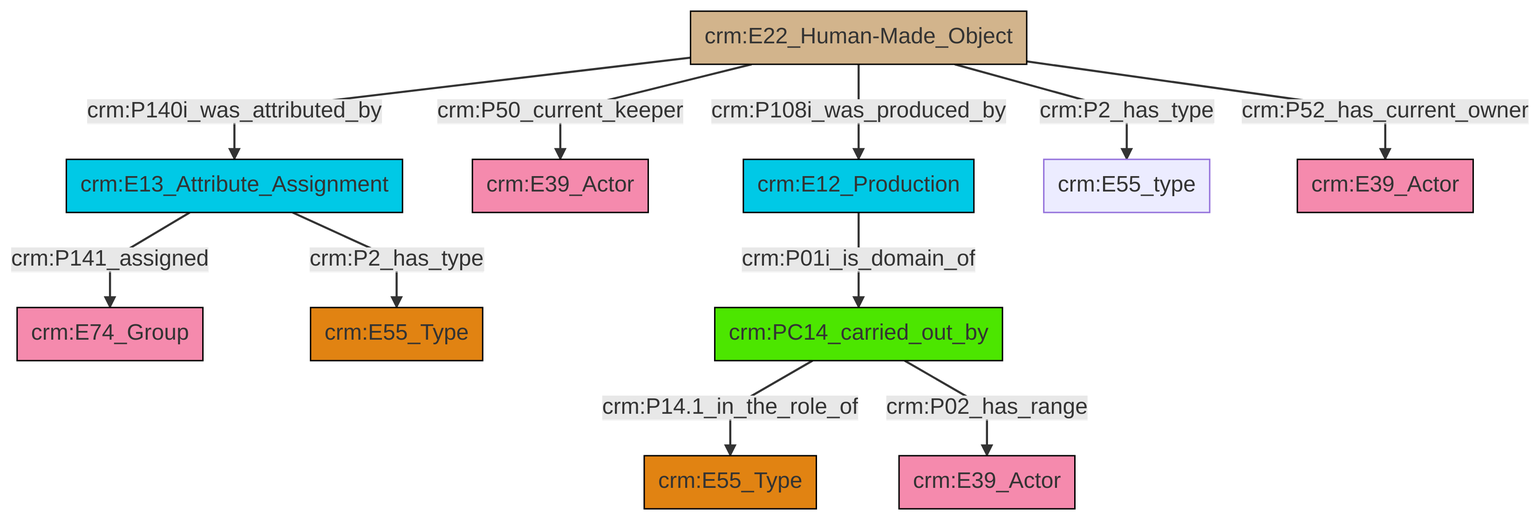
The Mermaid diagram et/artworkCSV/ttl/mmd/png/Artwork_Actor_Relations.png in swiss-art-research-net/docs.swissartresearch, before a commit. Its source is kept beside it as et/artworkCSV/ttl/mmd/Artwork_Actor_Relations.ttl.mmd.
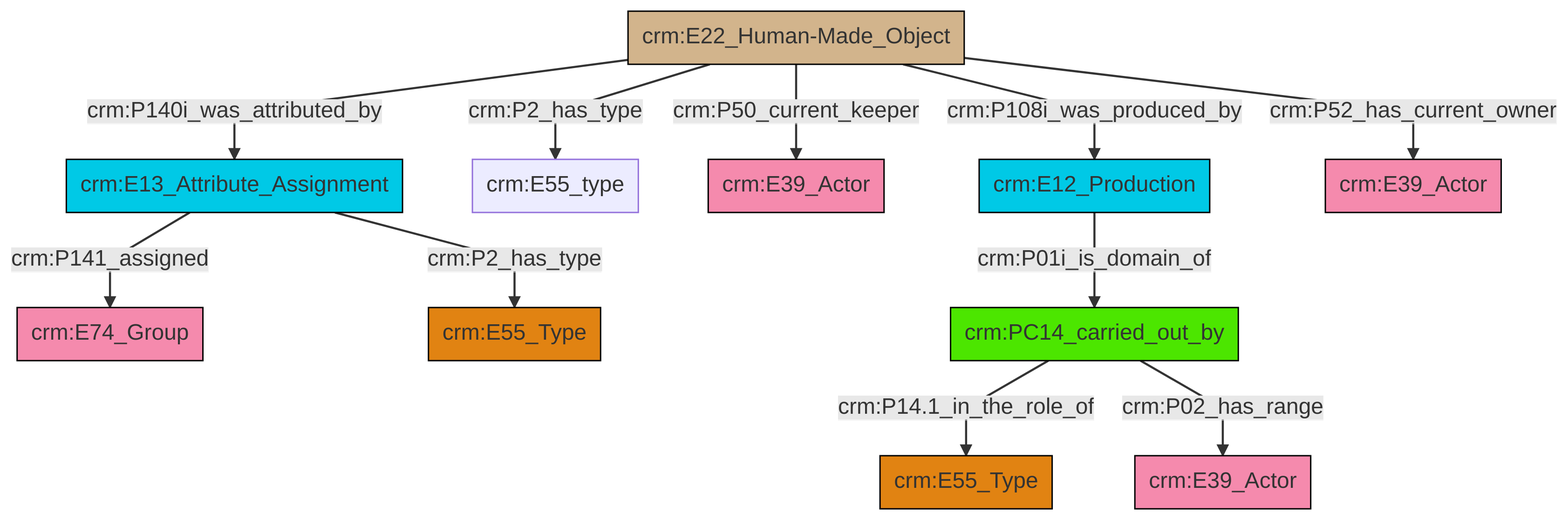
Later version of the same file.

Change to the diagram source:
```diff
@@ -13,13 +13,13 @@
 classDef PC_Classes fill:#4ce600, stroke:#000000;
 classDef Multi fill:#cccccc,stroke:#000000;
 
-4["crm:E22_Human-Made_Object"]:::Physical_Thing -->|crm:P140i_was_attributed_by| 5["crm:E13_Attribute_Assignment"]:::Temporal_Entity
-6["crm:PC14_carried_out_by"]:::PC_Classes -->|crm:P14.1_in_the_role_of| 7["crm:E55_Type"]:::Type
-4["crm:E22_Human-Made_Object"]:::Physical_Thing -->|crm:P50_current_keeper| 8["crm:E39_Actor"]:::Actor
-12["crm:E12_Production"]:::Temporal_Entity -->|crm:P01i_is_domain_of| 6["crm:PC14_carried_out_by"]:::PC_Classes
-4["crm:E22_Human-Made_Object"]:::Physical_Thing -->|crm:P2_has_type| 15["crm:E55_type"]:::Default
-6["crm:PC14_carried_out_by"]:::PC_Classes -->|crm:P02_has_range| 9["crm:E39_Actor"]:::Actor
-4["crm:E22_Human-Made_Object"]:::Physical_Thing -->|crm:P108i_was_produced_by| 12["crm:E12_Production"]:::Temporal_Entity
-4["crm:E22_Human-Made_Object"]:::Physical_Thing -->|crm:P52_has_current_owner| 18["crm:E39_Actor"]:::Actor
-5["crm:E13_Attribute_Assignment"]:::Temporal_Entity -->|crm:P141_assigned| 0["crm:E74_Group"]:::Actor
-5["crm:E13_Attribute_Assignment"]:::Temporal_Entity -->|crm:P2_has_type| 2["crm:E55_Type"]:::Type
+0["crm:E13_Attribute_Assignment"]:::Temporal_Entity -->|crm:P141_assigned| 1["crm:E74_Group"]:::Actor
+6["crm:E22_Human-Made_Object"]:::Physical_Thing -->|crm:P140i_was_attributed_by| 0["crm:E13_Attribute_Assignment"]:::Temporal_Entity
+6["crm:E22_Human-Made_Object"]:::Physical_Thing -->|crm:P50_current_keeper| 7["crm:E39_Actor"]:::Actor
+6["crm:E22_Human-Made_Object"]:::Physical_Thing -->|crm:P2_has_type| 2["crm:E55_type"]:::Default
+6["crm:E22_Human-Made_Object"]:::Physical_Thing -->|crm:P108i_was_produced_by| 11["crm:E12_Production"]:::Temporal_Entity
+6["crm:E22_Human-Made_Object"]:::Physical_Thing -->|crm:P52_has_current_owner| 12["crm:E39_Actor"]:::Actor
+13["crm:PC14_carried_out_by"]:::PC_Classes -->|crm:P14.1_in_the_role_of| 9["crm:E55_Type"]:::Type
+11["crm:E12_Production"]:::Temporal_Entity -->|crm:P01i_is_domain_of| 13["crm:PC14_carried_out_by"]:::PC_Classes
+0["crm:E13_Attribute_Assignment"]:::Temporal_Entity -->|crm:P2_has_type| 4["crm:E55_Type"]:::Type
+13["crm:PC14_carried_out_by"]:::PC_Classes -->|crm:P02_has_range| 17["crm:E39_Actor"]:::Actor
```
